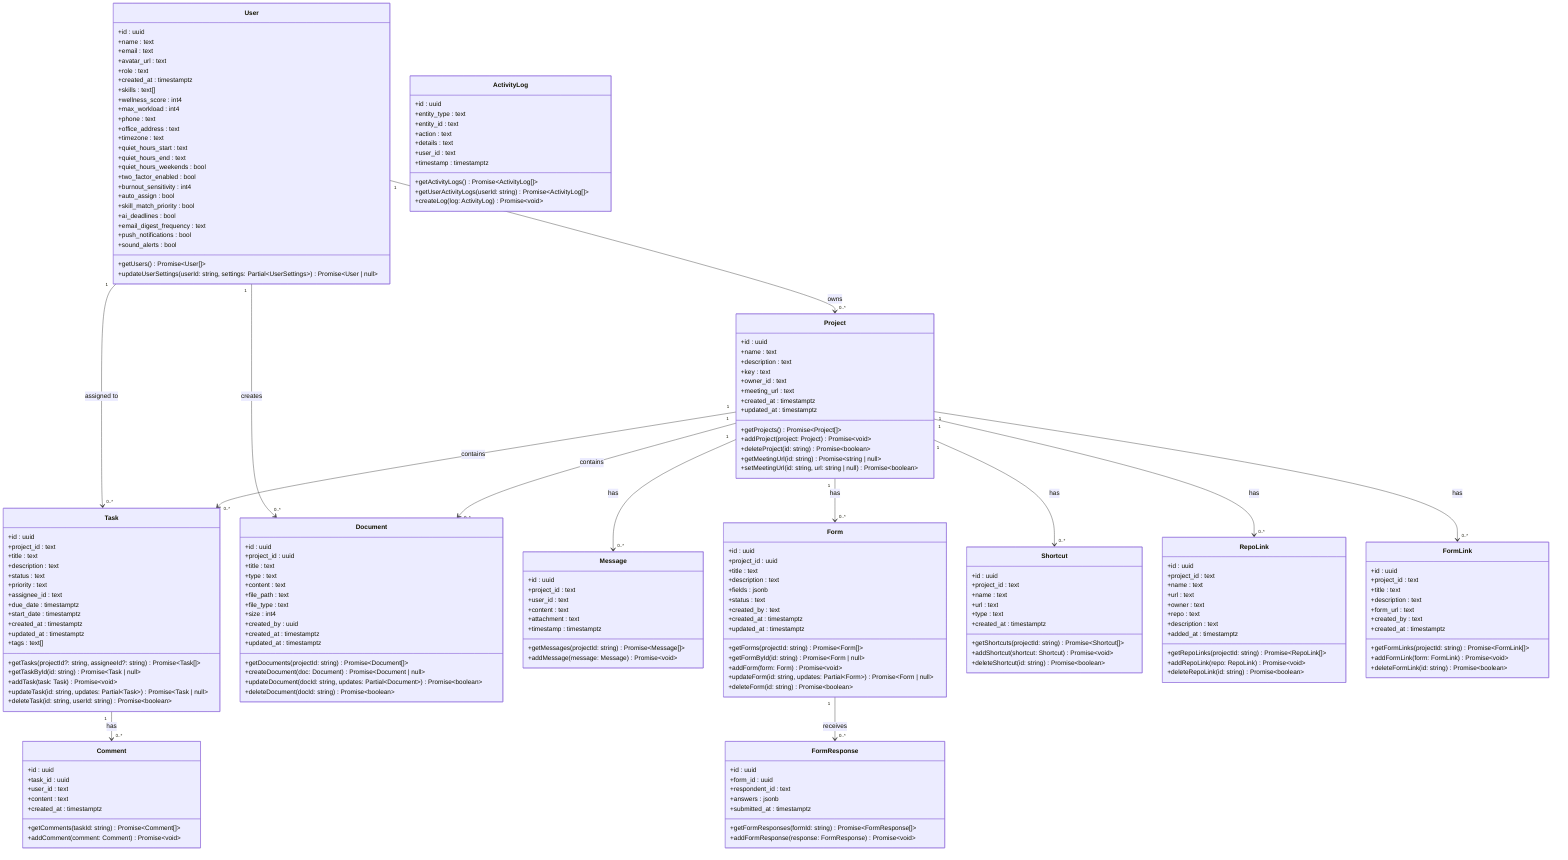
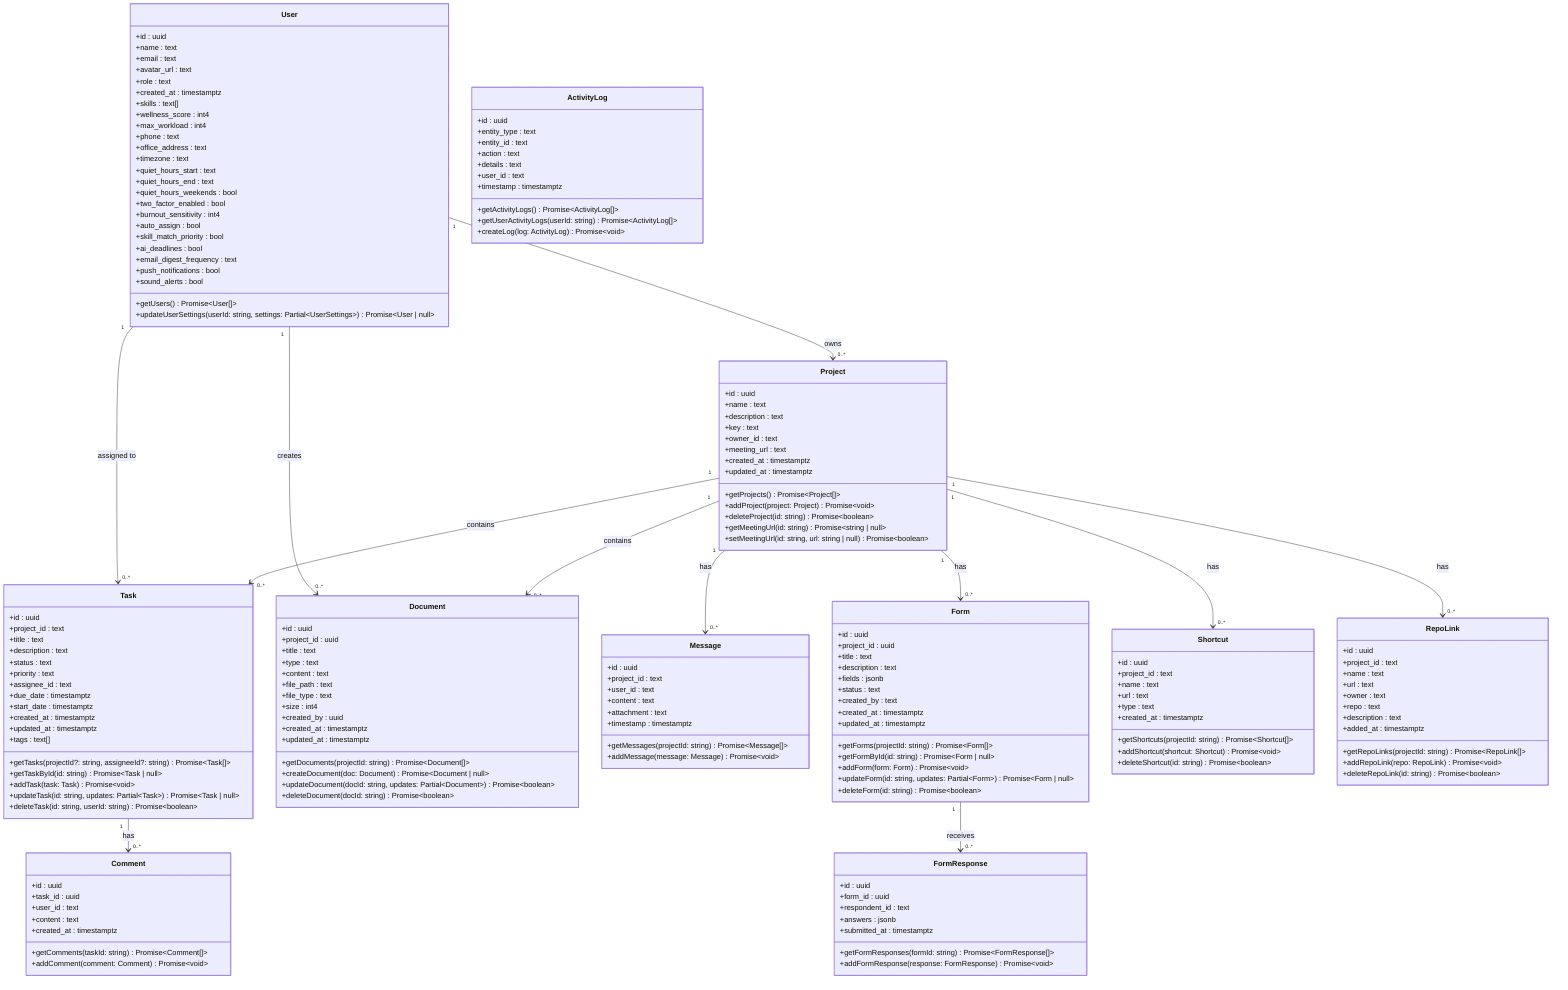
classDiagram
    class User {
        +id : uuid
        +name : text
        +email : text
        +avatar_url : text
        +role : text
        +created_at : timestamptz
        +skills : text[]
        +wellness_score : int4
        +max_workload : int4
        +phone : text
        +office_address : text
        +timezone : text
        +quiet_hours_start : text
        +quiet_hours_end : text
        +quiet_hours_weekends : bool
        +two_factor_enabled : bool
        +burnout_sensitivity : int4
        +auto_assign : bool
        +skill_match_priority : bool
        +ai_deadlines : bool
        +email_digest_frequency : text
        +push_notifications : bool
        +sound_alerts : bool
        +getUsers() Promise~User[]~
        +updateUserSettings(userId: string, settings: Partial~UserSettings~) Promise~User | null~
    }

    class Project {
        +id : uuid
        +name : text
        +description : text
        +key : text
        +owner_id : text
        +meeting_url : text
        +created_at : timestamptz
        +updated_at : timestamptz
        +getProjects() Promise~Project[]~
        +addProject(project: Project) Promise~void~
        +deleteProject(id: string) Promise~boolean~
        +getMeetingUrl(id: string) Promise~string | null~
        +setMeetingUrl(id: string, url: string | null) Promise~boolean~
    }

    class Task {
        +id : uuid
        +project_id : text
        +title : text
        +description : text
        +status : text
        +priority : text
        +assignee_id : text
        +due_date : timestamptz
        +start_date : timestamptz
        +created_at : timestamptz
        +updated_at : timestamptz
        +tags : text[]
        +getTasks(projectId?: string, assigneeId?: string) Promise~Task[]~
        +getTaskById(id: string) Promise~Task | null~
        +addTask(task: Task) Promise~void~
        +updateTask(id: string, updates: Partial~Task~) Promise~Task | null~
        +deleteTask(id: string, userId: string) Promise~boolean~
    }

    class Document {
        +id : uuid
        +project_id : uuid
        +title : text
        +type : text
        +content : text
        +file_path : text
        +file_type : text
        +size : int4
        +created_by : uuid
        +created_at : timestamptz
        +updated_at : timestamptz
        +getDocuments(projectId: string) Promise~Document[]~
        +createDocument(doc: Document) Promise~Document | null~
        +updateDocument(docId: string, updates: Partial~Document~) Promise~boolean~
        +deleteDocument(docId: string) Promise~boolean~
    }

    class ActivityLog {
        +id : uuid
        +entity_type : text
        +entity_id : text
        +action : text
        +details : text
        +user_id : text
        +timestamp : timestamptz
        +getActivityLogs() Promise~ActivityLog[]~
        +getUserActivityLogs(userId: string) Promise~ActivityLog[]~
        +createLog(log: ActivityLog) Promise~void~
    }

    class Message {
        +id : uuid
        +project_id : text
        +user_id : text
        +content : text
        +attachment : text
        +timestamp : timestamptz
        +getMessages(projectId: string) Promise~Message[]~
        +addMessage(message: Message) Promise~void~
    }

    class Comment {
        +id : uuid
        +task_id : uuid
        +user_id : text
        +content : text
        +created_at : timestamptz
        +getComments(taskId: string) Promise~Comment[]~
        +addComment(comment: Comment) Promise~void~
    }

    class Form {
        +id : uuid
        +project_id : uuid
        +title : text
        +description : text
        +fields : jsonb
        +status : text
        +created_by : text
        +created_at : timestamptz
        +updated_at : timestamptz
        +getForms(projectId: string) Promise~Form[]~
        +getFormById(id: string) Promise~Form | null~
        +addForm(form: Form) Promise~void~
        +updateForm(id: string, updates: Partial~Form~) Promise~Form | null~
        +deleteForm(id: string) Promise~boolean~
    }

    class FormResponse {
        +id : uuid
        +form_id : uuid
        +respondent_id : text
        +answers : jsonb
        +submitted_at : timestamptz
        +getFormResponses(formId: string) Promise~FormResponse[]~
        +addFormResponse(response: FormResponse) Promise~void~
    }

    class Shortcut {
        +id : uuid
        +project_id : text
        +name : text
        +url : text
        +type : text
        +created_at : timestamptz
        +getShortcuts(projectId: string) Promise~Shortcut[]~
        +addShortcut(shortcut: Shortcut) Promise~void~
        +deleteShortcut(id: string) Promise~boolean~
    }

    class RepoLink {
        +id : uuid
        +project_id : text
        +name : text
        +url : text
        +owner : text
        +repo : text
        +description : text
        +added_at : timestamptz
        +getRepoLinks(projectId: string) Promise~RepoLink[]~
        +addRepoLink(repo: RepoLink) Promise~void~
        +deleteRepoLink(id: string) Promise~boolean~
    }

-     class FormLink {
-         +id : uuid
-         +project_id : text
-         +title : text
-         +description : text
-         +form_url : text
-         +created_by : text
-         +created_at : timestamptz
-         +getFormLinks(projectId: string) Promise~FormLink[]~
-         +addFormLink(form: FormLink) Promise~void~
-         +deleteFormLink(id: string) Promise~boolean~
-     }

    User "1" --> "0..*" Project : owns
    User "1" --> "0..*" Task : assigned to
    User "1" --> "0..*" Document : creates
    Project "1" --> "0..*" Task : contains
    Project "1" --> "0..*" Document : contains
    Project "1" --> "0..*" Message : has
    Project "1" --> "0..*" Form : has
    Project "1" --> "0..*" Shortcut : has
    Project "1" --> "0..*" RepoLink : has
-     Project "1" --> "0..*" FormLink : has
    Task "1" --> "0..*" Comment : has
    Form "1" --> "0..*" FormResponse : receives
